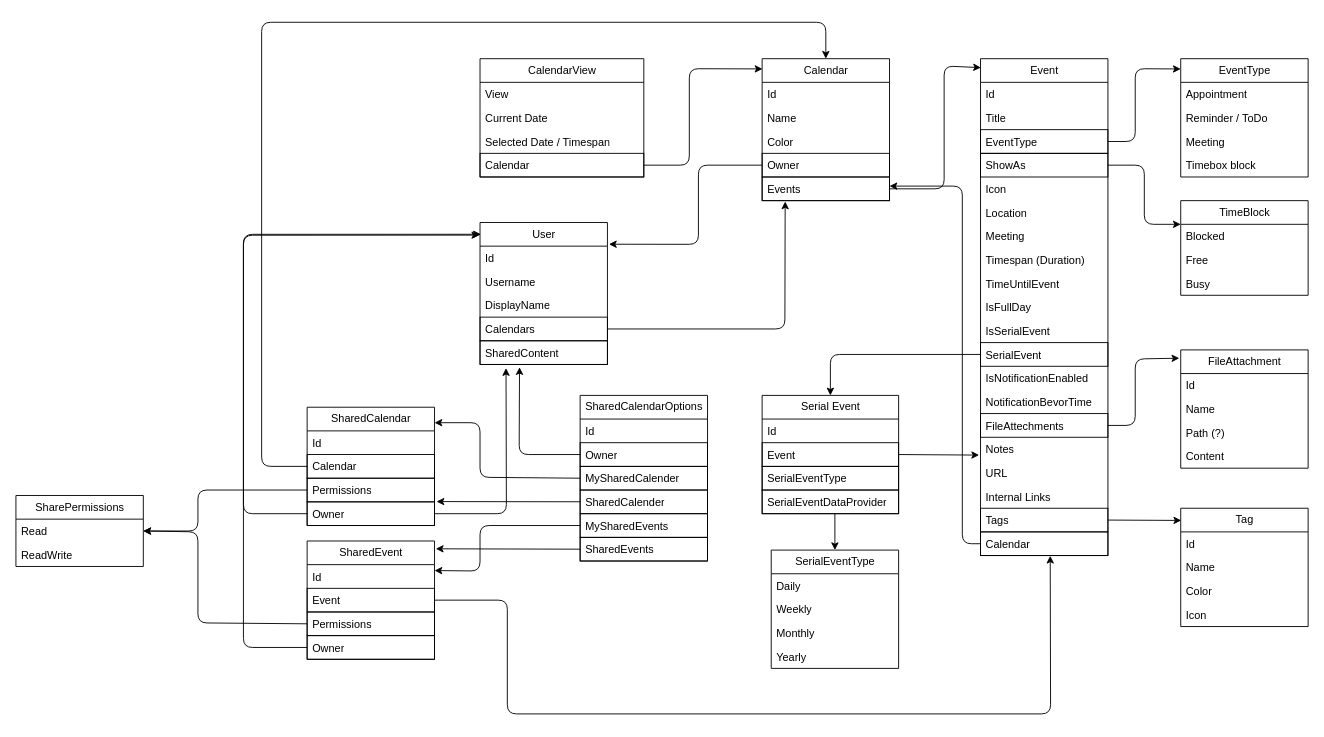
Before: page "Domain" (1 of 2) of Architecture/Domains/Calendar.drawio in TodoXpress/Documentation, a draw.io diagram. Source tidied: cells renumbered, new cells numbered last; positions are measured from the earlier drawing's top-left corner, leaving out a move shared by most shapes. Both pictures are drawn from the tidied source at 91%, with x=0, y=0 at pixel (15, 22).
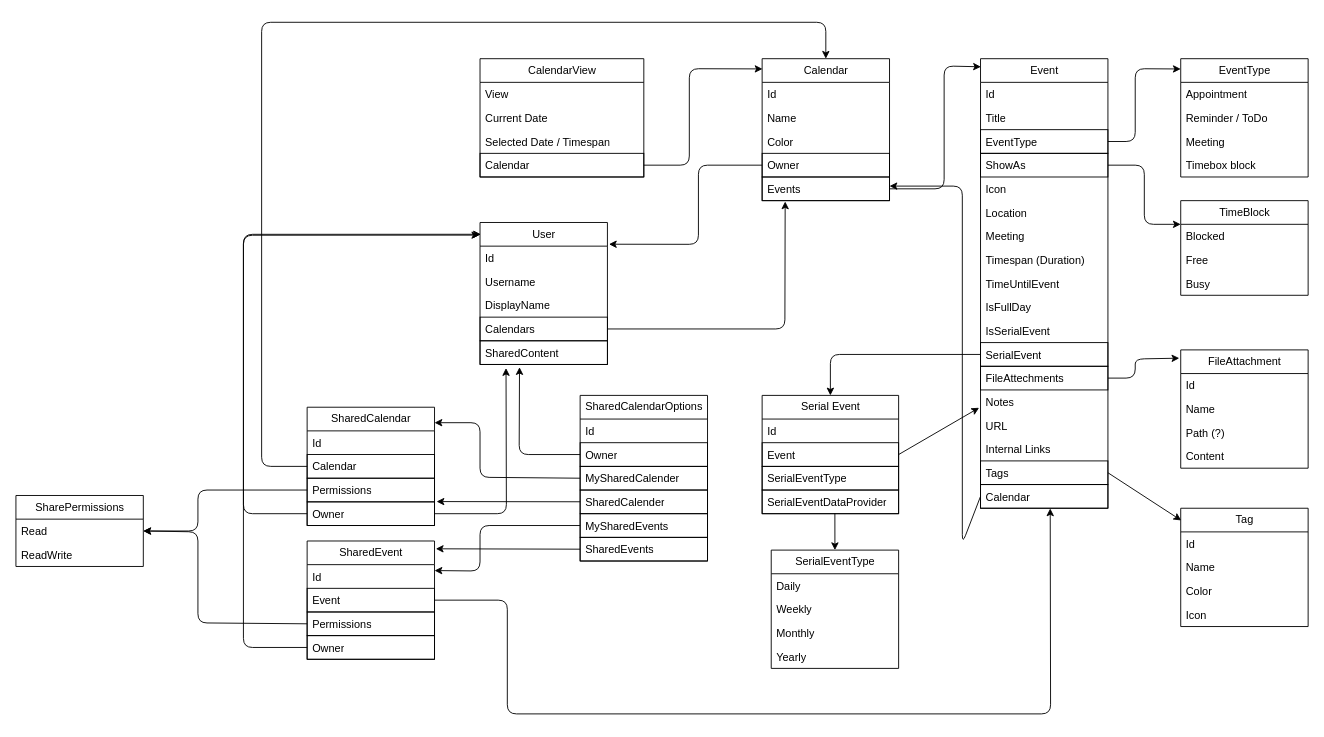
The same page after the edit.

Commit message:
change event properties

Unchanged cells that the change refers to:
```xml
<mxCell id="70" value="FileAttachment" style="swimlane;fontStyle=0;horizontal=1;startSize=26;fillColor=none;html=1;strokeColor=default;" parent="1" vertex="1">
  <mxGeometry x="1280" y="360" width="140" height="130" as="geometry" />
</mxCell>
```

Change to the diagram source:
```diff
@@
     <mxCell id="14" value="Event" style="swimlane;fontStyle=0;horizontal=1;startSize=26;fillColor=none;html=1;strokeColor=default;" parent="1" vertex="1">
-      <mxGeometry x="1060" y="40" width="140" height="546" as="geometry" />
+      <mxGeometry x="1060" y="40" width="140" height="494" as="geometry" />
     </mxCell>
@@
-    <mxCell id="27" value="IsNotificationEnabled" style="text;strokeColor=none;fillColor=none;align=left;verticalAlign=top;spacingLeft=4;spacingRight=4;overflow=hidden;whiteSpace=wrap;html=1;" parent="14" vertex="1">
-      <mxGeometry y="338" width="140" height="26" as="geometry" />
-    </mxCell>
-    <mxCell id="28" value="NotificationBevorTime" style="text;strokeColor=none;fillColor=none;align=left;verticalAlign=top;spacingLeft=4;spacingRight=4;overflow=hidden;whiteSpace=wrap;html=1;" parent="14" vertex="1">
-      <mxGeometry y="364" width="140" height="26" as="geometry" />
-    </mxCell>
     <mxCell id="29" value="FileAttechments" style="text;strokeColor=default;fillColor=none;align=left;verticalAlign=top;spacingLeft=4;spacingRight=4;overflow=hidden;points=[[0,0.5],[1,0.5]];portConstraint=eastwest;whiteSpace=wrap;html=1;" parent="14" vertex="1">
-      <mxGeometry y="390" width="140" height="26" as="geometry" />
+      <mxGeometry y="338" width="140" height="26" as="geometry" />
     </mxCell>
     <mxCell id="30" value="Notes" style="text;strokeColor=none;fillColor=none;align=left;verticalAlign=top;spacingLeft=4;spacingRight=4;overflow=hidden;points=[[0,0.5],[1,0.5]];portConstraint=eastwest;whiteSpace=wrap;html=1;" parent="14" vertex="1">
-      <mxGeometry y="416" width="140" height="26" as="geometry" />
+      <mxGeometry y="364" width="140" height="26" as="geometry" />
     </mxCell>
     <mxCell id="31" value="URL" style="text;strokeColor=none;fillColor=none;align=left;verticalAlign=top;spacingLeft=4;spacingRight=4;overflow=hidden;whiteSpace=wrap;html=1;" parent="14" vertex="1">
-      <mxGeometry y="442" width="140" height="26" as="geometry" />
+      <mxGeometry y="390" width="140" height="26" as="geometry" />
     </mxCell>
     <mxCell id="32" value="Internal Links" style="text;strokeColor=none;fillColor=none;align=left;verticalAlign=top;spacingLeft=4;spacingRight=4;overflow=hidden;whiteSpace=wrap;html=1;" parent="14" vertex="1">
-      <mxGeometry y="468" width="140" height="26" as="geometry" />
+      <mxGeometry y="416" width="140" height="26" as="geometry" />
     </mxCell>
     <mxCell id="33" value="Tags" style="text;strokeColor=default;fillColor=none;align=left;verticalAlign=top;spacingLeft=4;spacingRight=4;overflow=hidden;points=[[0,0.5],[1,0.5]];portConstraint=eastwest;whiteSpace=wrap;html=1;" parent="14" vertex="1">
-      <mxGeometry y="494" width="140" height="26" as="geometry" />
+      <mxGeometry y="442" width="140" height="26" as="geometry" />
     </mxCell>
     <mxCell id="34" value="Calendar" style="text;strokeColor=default;fillColor=none;align=left;verticalAlign=top;spacingLeft=4;spacingRight=4;overflow=hidden;points=[[0,0.5],[1,0.5]];portConstraint=eastwest;whiteSpace=wrap;html=1;" parent="14" vertex="1">
-      <mxGeometry y="520" width="140" height="26" as="geometry" />
+      <mxGeometry y="468" width="140" height="26" as="geometry" />
     </mxCell>
@@
     <mxCell id="75" style="edgeStyle=none;html=1;exitX=1;exitY=0.5;exitDx=0;exitDy=0;entryX=-0.011;entryY=0.07;entryDx=0;entryDy=0;entryPerimeter=0;" parent="1" edge="1" source="29" target="70">
       <mxGeometry relative="1" as="geometry">
         <Array as="points">
-          <mxPoint x="1230" y="443" />
+          <mxPoint x="1230" y="391" />
           <mxPoint x="1230" y="370" />
         </Array>
       </mxGeometry>
     </mxCell>
```
